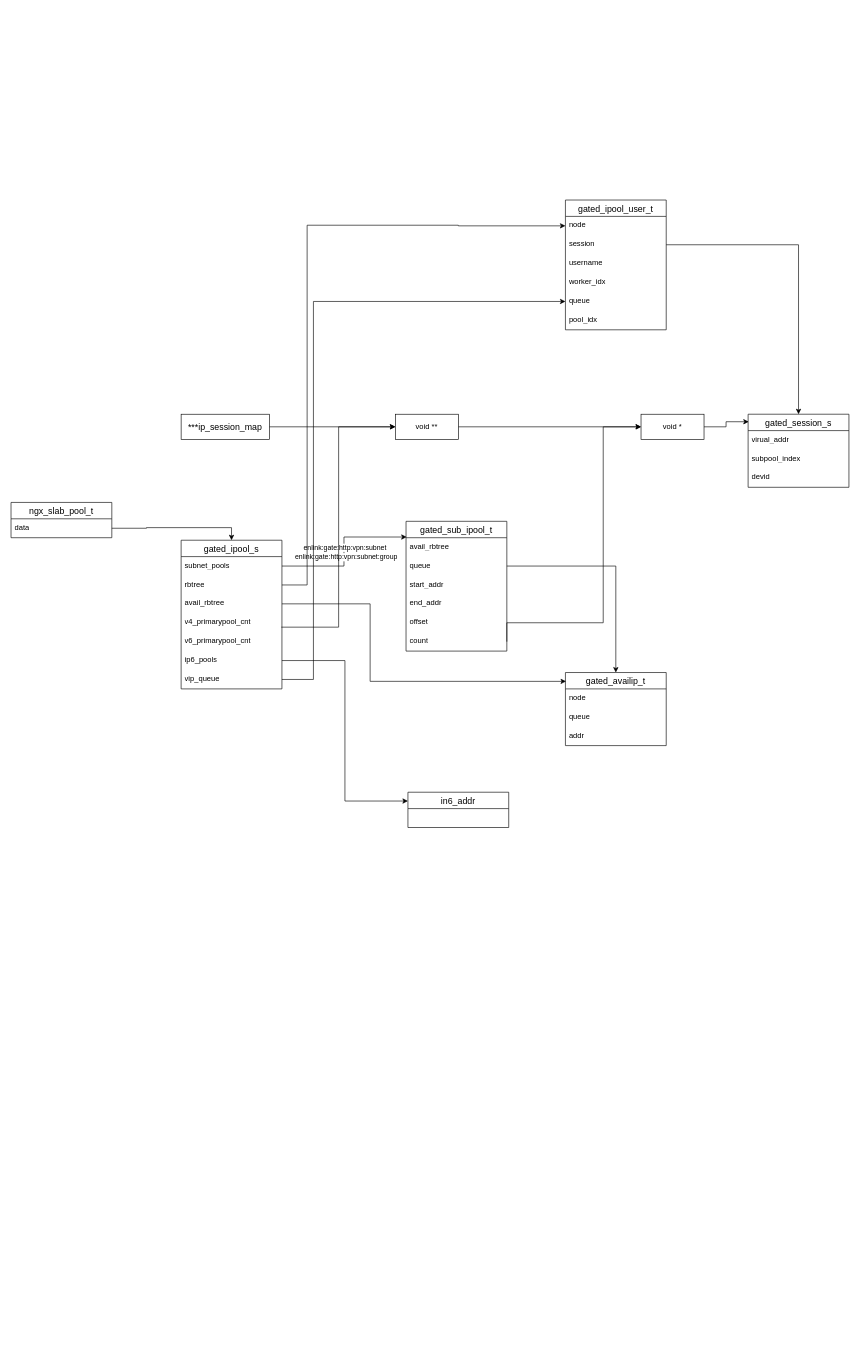
jiafengjason/draw.io keeps this draw.io diagram as openresty.drawio. Above is the earlier version. Source tidied: cells renumbered, new cells numbered last; positions are measured from the earlier drawing's top-left corner, leaving out a move shared by most shapes. Both pictures are drawn from the tidied source at 63%, with x=0, y=0 at pixel (11, 200).
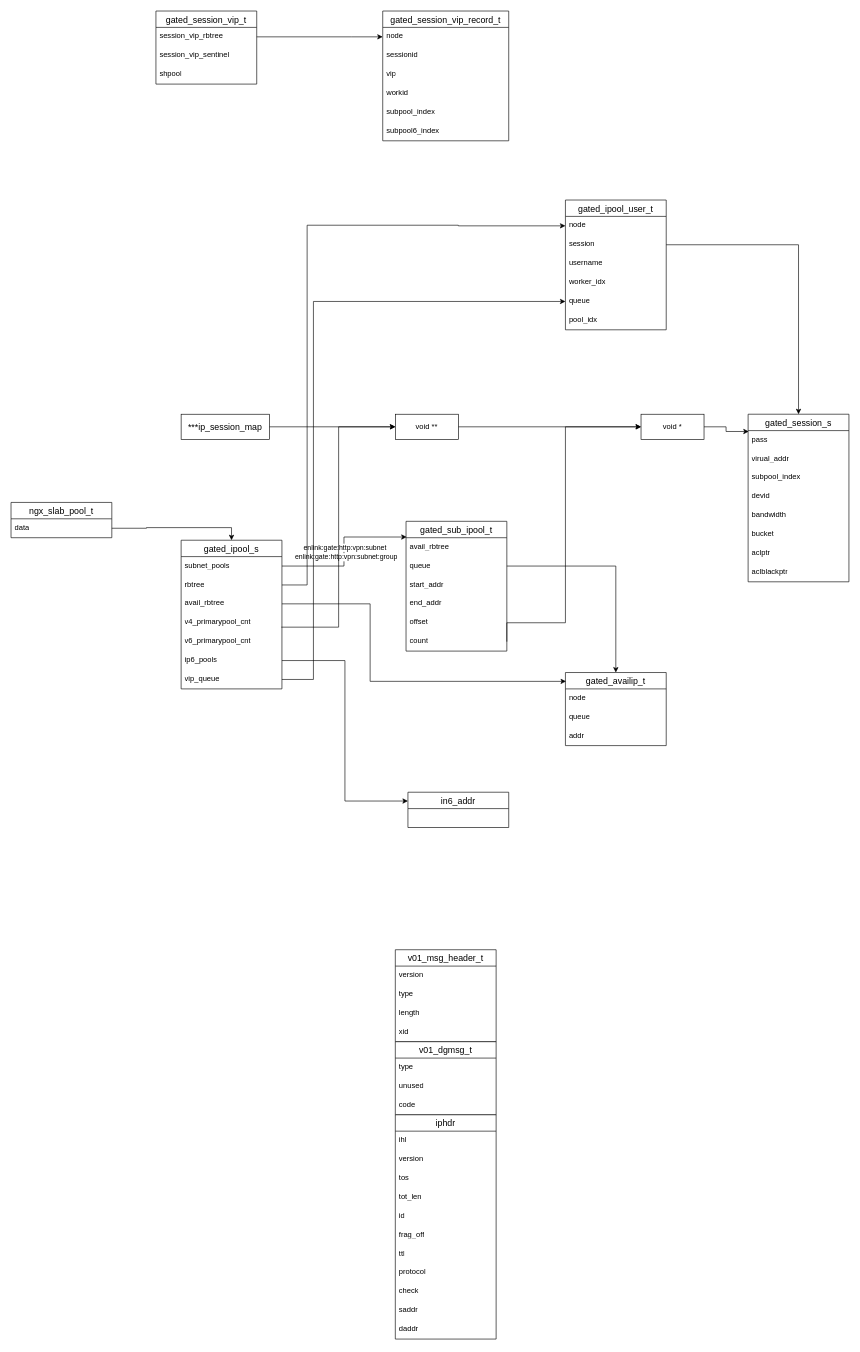
Above is the later version.

Unchanged cells that the change refers to:
```xml
<mxCell id="23" value="count" style="text;strokeColor=none;fillColor=none;spacingLeft=4;spacingRight=4;overflow=hidden;points=[[0,0.5],[1,0.5]];portConstraint=eastwest;fontSize=12;whiteSpace=wrap;html=1;" parent="17" vertex="1">
  <mxGeometry y="176" width="160" height="30" as="geometry" />
</mxCell>
<mxCell id="34" value="void *" style="whiteSpace=wrap;html=1;align=center;" parent="1" vertex="1">
  <mxGeometry x="1000" y="340" width="100" height="40" as="geometry" />
</mxCell>
```

What changed in the source:
```diff
@@
     <mxCell id="2" value="gated_session_s" style="swimlane;fontStyle=0;horizontal=1;startSize=26;align=center;fontSize=14;" parent="1" vertex="1">
-      <mxGeometry x="1170" y="340" width="160" height="116" as="geometry" />
+      <mxGeometry x="1170" y="340" width="160" height="266" as="geometry" />
     </mxCell>
+    <mxCell id="53" value="pass" style="text;strokeColor=none;fillColor=none;spacingLeft=4;spacingRight=4;overflow=hidden;fontSize=12;whiteSpace=wrap;html=1;" parent="2" vertex="1">
+      <mxGeometry y="26" width="160" height="30" as="geometry" />
+    </mxCell>
     <mxCell id="3" value="virual_addr" style="text;strokeColor=none;fillColor=none;spacingLeft=4;spacingRight=4;overflow=hidden;fontSize=12;whiteSpace=wrap;html=1;" parent="2" vertex="1">
-      <mxGeometry y="26" width="160" height="30" as="geometry" />
+      <mxGeometry y="56" width="160" height="30" as="geometry" />
     </mxCell>
     <mxCell id="4" value="subpool_index" style="text;strokeColor=none;fillColor=none;spacingLeft=4;spacingRight=4;overflow=hidden;fontSize=12;whiteSpace=wrap;html=1;" parent="2" vertex="1">
-      <mxGeometry y="56" width="160" height="30" as="geometry" />
+      <mxGeometry y="86" width="160" height="30" as="geometry" />
     </mxCell>
     <mxCell id="5" value="devid" style="text;strokeColor=none;fillColor=none;spacingLeft=4;spacingRight=4;overflow=hidden;fontSize=12;whiteSpace=wrap;html=1;" parent="2" vertex="1">
-      <mxGeometry y="86" width="160" height="30" as="geometry" />
+      <mxGeometry y="116" width="160" height="30" as="geometry" />
     </mxCell>
+    <mxCell id="54" value="bandwidth" style="text;strokeColor=none;fillColor=none;spacingLeft=4;spacingRight=4;overflow=hidden;fontSize=12;whiteSpace=wrap;html=1;" parent="2" vertex="1">
+      <mxGeometry y="146" width="160" height="30" as="geometry" />
+    </mxCell>
+    <mxCell id="55" value="bucket" style="text;strokeColor=none;fillColor=none;spacingLeft=4;spacingRight=4;overflow=hidden;fontSize=12;whiteSpace=wrap;html=1;" parent="2" vertex="1">
+      <mxGeometry y="176" width="160" height="30" as="geometry" />
+    </mxCell>
+    <mxCell id="56" value="aclptr" style="text;strokeColor=none;fillColor=none;spacingLeft=4;spacingRight=4;overflow=hidden;fontSize=12;whiteSpace=wrap;html=1;" parent="2" vertex="1">
+      <mxGeometry y="206" width="160" height="30" as="geometry" />
+    </mxCell>
+    <mxCell id="57" value="aclblackptr" style="text;strokeColor=none;fillColor=none;spacingLeft=4;spacingRight=4;overflow=hidden;fontSize=12;whiteSpace=wrap;html=1;" parent="2" vertex="1">
+      <mxGeometry y="236" width="160" height="30" as="geometry" />
+    </mxCell>
@@
     <mxCell id="35" style="edgeStyle=orthogonalEdgeStyle;rounded=0;jettySize=auto;html=1;exitX=1;exitY=0.5;exitDx=0;exitDy=0;entryX=0;entryY=0.5;entryDx=0;entryDy=0;" parent="1" edge="1" source="23" target="34">
       <mxGeometry relative="1" as="geometry">
         <Array as="points">
-          <mxPoint x="940" y="671" />
-          <mxPoint x="940" y="360" />
+          <mxPoint x="787" y="671" />
+          <mxPoint x="880" y="671" />
+          <mxPoint x="880" y="360" />
         </Array>
       </mxGeometry>
     </mxCell>
@@
+    <mxCell id="58" value="v01_msg_header_t" style="swimlane;fontStyle=0;horizontal=1;startSize=26;align=center;fontSize=14;" parent="1" vertex="1">
+      <mxGeometry x="610" y="1190" width="160" height="146" as="geometry" />
+    </mxCell>
+    <mxCell id="59" value="version" style="text;strokeColor=none;fillColor=none;spacingLeft=4;spacingRight=4;overflow=hidden;fontSize=12;whiteSpace=wrap;html=1;" parent="58" vertex="1">
+      <mxGeometry y="26" width="160" height="30" as="geometry" />
+    </mxCell>
+    <mxCell id="60" value="type" style="text;strokeColor=none;fillColor=none;spacingLeft=4;spacingRight=4;overflow=hidden;fontSize=12;whiteSpace=wrap;html=1;" parent="58" vertex="1">
+      <mxGeometry y="56" width="160" height="30" as="geometry" />
+    </mxCell>
+    <mxCell id="61" value="length" style="text;strokeColor=none;fillColor=none;spacingLeft=4;spacingRight=4;overflow=hidden;fontSize=12;whiteSpace=wrap;html=1;" parent="58" vertex="1">
+      <mxGeometry y="86" width="160" height="30" as="geometry" />
+    </mxCell>
+    <mxCell id="62" value="xid" style="text;strokeColor=none;fillColor=none;spacingLeft=4;spacingRight=4;overflow=hidden;fontSize=12;whiteSpace=wrap;html=1;" parent="58" vertex="1">
+      <mxGeometry y="116" width="160" height="30" as="geometry" />
+    </mxCell>
+    <mxCell id="63" value="v01_dgmsg_t" style="swimlane;fontStyle=0;horizontal=1;startSize=26;align=center;fontSize=14;" parent="1" vertex="1">
+      <mxGeometry x="610" y="1336" width="160" height="116" as="geometry" />
+    </mxCell>
+    <mxCell id="64" value="type" style="text;strokeColor=none;fillColor=none;spacingLeft=4;spacingRight=4;overflow=hidden;fontSize=12;whiteSpace=wrap;html=1;" parent="63" vertex="1">
+      <mxGeometry y="26" width="160" height="30" as="geometry" />
+    </mxCell>
+    <mxCell id="65" value="unused" style="text;strokeColor=none;fillColor=none;spacingLeft=4;spacingRight=4;overflow=hidden;fontSize=12;whiteSpace=wrap;html=1;" parent="63" vertex="1">
+      <mxGeometry y="56" width="160" height="30" as="geometry" />
+    </mxCell>
+    <mxCell id="66" value="code" style="text;strokeColor=none;fillColor=none;spacingLeft=4;spacingRight=4;overflow=hidden;fontSize=12;whiteSpace=wrap;html=1;" parent="63" vertex="1">
+      <mxGeometry y="86" width="160" height="30" as="geometry" />
+    </mxCell>
+    <mxCell id="67" value="iphdr" style="swimlane;fontStyle=0;horizontal=1;startSize=26;align=center;fontSize=14;" parent="1" vertex="1">
+      <mxGeometry x="610" y="1452" width="160" height="356" as="geometry" />
+    </mxCell>
+    <mxCell id="68" value="ihl" style="text;strokeColor=none;fillColor=none;spacingLeft=4;spacingRight=4;overflow=hidden;fontSize=12;whiteSpace=wrap;html=1;" parent="67" vertex="1">
+      <mxGeometry y="26" width="160" height="30" as="geometry" />
+    </mxCell>
+    <mxCell id="69" value="version" style="text;strokeColor=none;fillColor=none;spacingLeft=4;spacingRight=4;overflow=hidden;fontSize=12;whiteSpace=wrap;html=1;" parent="67" vertex="1">
+      <mxGeometry y="56" width="160" height="30" as="geometry" />
+    </mxCell>
+    <mxCell id="70" value="tos" style="text;strokeColor=none;fillColor=none;spacingLeft=4;spacingRight=4;overflow=hidden;fontSize=12;whiteSpace=wrap;html=1;" parent="67" vertex="1">
+      <mxGeometry y="86" width="160" height="30" as="geometry" />
+    </mxCell>
+    <mxCell id="71" value="tot_len" style="text;strokeColor=none;fillColor=none;spacingLeft=4;spacingRight=4;overflow=hidden;fontSize=12;whiteSpace=wrap;html=1;" parent="67" vertex="1">
+      <mxGeometry y="116" width="160" height="30" as="geometry" />
+    </mxCell>
+    <mxCell id="72" value="id" style="text;strokeColor=none;fillColor=none;spacingLeft=4;spacingRight=4;overflow=hidden;fontSize=12;whiteSpace=wrap;html=1;" parent="67" vertex="1">
+      <mxGeometry y="146" width="160" height="30" as="geometry" />
+    </mxCell>
+    <mxCell id="73" value="frag_off" style="text;strokeColor=none;fillColor=none;spacingLeft=4;spacingRight=4;overflow=hidden;fontSize=12;whiteSpace=wrap;html=1;" parent="67" vertex="1">
+      <mxGeometry y="176" width="160" height="30" as="geometry" />
+    </mxCell>
+    <mxCell id="74" value="ttl" style="text;strokeColor=none;fillColor=none;spacingLeft=4;spacingRight=4;overflow=hidden;fontSize=12;whiteSpace=wrap;html=1;" parent="67" vertex="1">
+      <mxGeometry y="206" width="160" height="30" as="geometry" />
+    </mxCell>
+    <mxCell id="75" value="protocol" style="text;strokeColor=none;fillColor=none;spacingLeft=4;spacingRight=4;overflow=hidden;fontSize=12;whiteSpace=wrap;html=1;" parent="67" vertex="1">
+      <mxGeometry y="236" width="160" height="30" as="geometry" />
+    </mxCell>
+    <mxCell id="76" value="check" style="text;strokeColor=none;fillColor=none;spacingLeft=4;spacingRight=4;overflow=hidden;fontSize=12;whiteSpace=wrap;html=1;" parent="67" vertex="1">
+      <mxGeometry y="266" width="160" height="30" as="geometry" />
+    </mxCell>
+    <mxCell id="77" value="saddr" style="text;strokeColor=none;fillColor=none;spacingLeft=4;spacingRight=4;overflow=hidden;fontSize=12;whiteSpace=wrap;html=1;" parent="67" vertex="1">
+      <mxGeometry y="296" width="160" height="30" as="geometry" />
+    </mxCell>
+    <mxCell id="78" value="daddr" style="text;strokeColor=none;fillColor=none;spacingLeft=4;spacingRight=4;overflow=hidden;fontSize=12;whiteSpace=wrap;html=1;" parent="67" vertex="1">
+      <mxGeometry y="326" width="160" height="30" as="geometry" />
+    </mxCell>
+    <mxCell id="79" value="gated_session_vip_t" style="swimlane;fontStyle=0;horizontal=1;startSize=26;align=center;fontSize=14;" parent="1" vertex="1">
+      <mxGeometry x="230" y="-300" width="160" height="116" as="geometry" />
+    </mxCell>
+    <mxCell id="80" value="session_vip_rbtree" style="text;strokeColor=none;fillColor=none;spacingLeft=4;spacingRight=4;overflow=hidden;points=[[0,0.5],[1,0.5]];portConstraint=eastwest;fontSize=12;whiteSpace=wrap;html=1;" parent="79" vertex="1">
+      <mxGeometry y="26" width="160" height="30" as="geometry" />
+    </mxCell>
+    <mxCell id="81" value="session_vip_sentinel" style="text;strokeColor=none;fillColor=none;spacingLeft=4;spacingRight=4;overflow=hidden;fontSize=12;whiteSpace=wrap;html=1;" parent="79" vertex="1">
+      <mxGeometry y="56" width="160" height="30" as="geometry" />
+    </mxCell>
+    <mxCell id="82" value="shpool" style="text;strokeColor=none;fillColor=none;spacingLeft=4;spacingRight=4;overflow=hidden;fontSize=12;whiteSpace=wrap;html=1;" parent="79" vertex="1">
+      <mxGeometry y="86" width="160" height="30" as="geometry" />
+    </mxCell>
+    <mxCell id="83" value="gated_session_vip_record_t" style="swimlane;fontStyle=0;horizontal=1;startSize=26;align=center;fontSize=14;" parent="1" vertex="1">
+      <mxGeometry x="590" y="-300" width="200" height="206" as="geometry" />
+    </mxCell>
+    <mxCell id="84" value="node" style="text;strokeColor=none;fillColor=none;spacingLeft=4;spacingRight=4;overflow=hidden;points=[[0,0.5],[1,0.5]];portConstraint=eastwest;fontSize=12;whiteSpace=wrap;html=1;" parent="83" vertex="1">
+      <mxGeometry y="26" width="200" height="30" as="geometry" />
+    </mxCell>
+    <mxCell id="85" value="sessionid" style="text;strokeColor=none;fillColor=none;spacingLeft=4;spacingRight=4;overflow=hidden;fontSize=12;whiteSpace=wrap;html=1;" parent="83" vertex="1">
+      <mxGeometry y="56" width="200" height="30" as="geometry" />
+    </mxCell>
+    <mxCell id="86" value="vip" style="text;strokeColor=none;fillColor=none;spacingLeft=4;spacingRight=4;overflow=hidden;fontSize=12;whiteSpace=wrap;html=1;" parent="83" vertex="1">
+      <mxGeometry y="86" width="200" height="30" as="geometry" />
+    </mxCell>
+    <mxCell id="87" value="workid" style="text;strokeColor=none;fillColor=none;spacingLeft=4;spacingRight=4;overflow=hidden;fontSize=12;whiteSpace=wrap;html=1;" parent="83" vertex="1">
+      <mxGeometry y="116" width="200" height="30" as="geometry" />
+    </mxCell>
+    <mxCell id="88" value="subpool_index" style="text;strokeColor=none;fillColor=none;spacingLeft=4;spacingRight=4;overflow=hidden;fontSize=12;whiteSpace=wrap;html=1;" parent="83" vertex="1">
+      <mxGeometry y="146" width="200" height="30" as="geometry" />
+    </mxCell>
+    <mxCell id="89" value="subpool6_index" style="text;strokeColor=none;fillColor=none;spacingLeft=4;spacingRight=4;overflow=hidden;fontSize=12;whiteSpace=wrap;html=1;" parent="83" vertex="1">
+      <mxGeometry y="176" width="200" height="30" as="geometry" />
+    </mxCell>
+    <mxCell id="90" style="edgeStyle=orthogonalEdgeStyle;rounded=0;jettySize=auto;html=1;exitX=1;exitY=0.5;exitDx=0;exitDy=0;entryX=0;entryY=0.5;entryDx=0;entryDy=0;" parent="1" edge="1" source="80" target="84">
+      <mxGeometry relative="1" as="geometry">
+        <Array as="points">
+          <mxPoint x="540" y="-259" />
+          <mxPoint x="540" y="-259" />
+        </Array>
+      </mxGeometry>
+    </mxCell>
```
